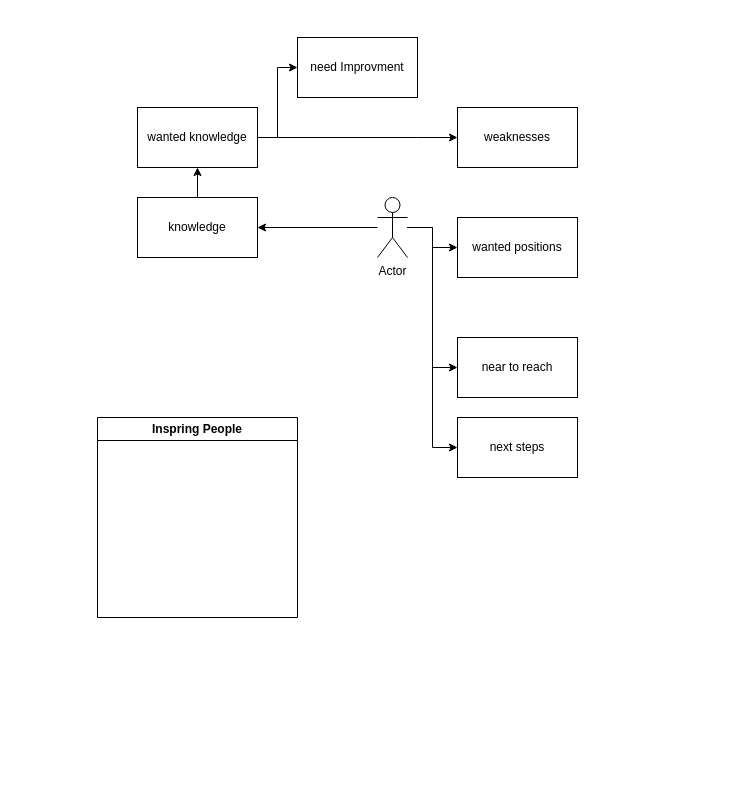
This is carrerPlan.drawio from leonardosetti/leonardosetti, a draw.io file, before an edit. Source tidied: cells renumbered, new cells numbered last; positions are measured from the earlier drawing's top-left corner, leaving out a move shared by most shapes. Both pictures are drawn from the tidied source at 100%, with x=0, y=0 at pixel (97, 37).
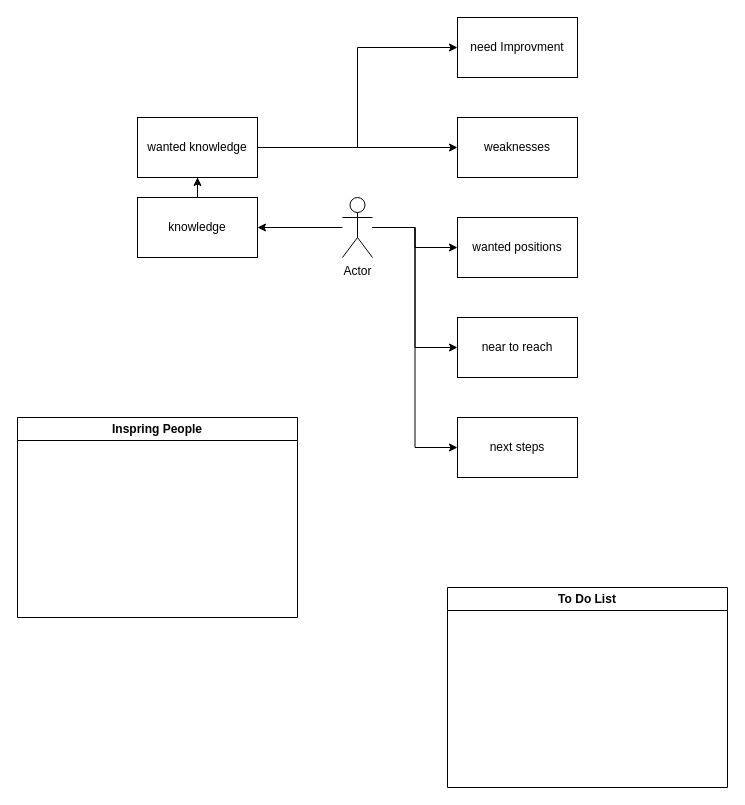
The same diagram, later.

The edit, as a diff of the source:
```diff
@@
     <mxCell id="6" value="Actor" style="shape=umlActor;verticalLabelPosition=bottom;verticalAlign=top;html=1;outlineConnect=0;" parent="1" vertex="1">
-      <mxGeometry x="280" y="160" width="30" height="60" as="geometry" />
+      <mxGeometry x="245" y="160" width="30" height="60" as="geometry" />
     </mxCell>
@@
     <mxCell id="10" style="edgeStyle=orthogonalEdgeStyle;rounded=0;jettySize=auto;html=1;" parent="1" edge="1" source="11" target="14">
       <mxGeometry relative="1" as="geometry">
         <Array as="points">
-          <mxPoint x="320" y="100" />
-          <mxPoint x="320" y="100" />
+          <mxPoint x="260" y="110" />
+          <mxPoint x="260" y="110" />
         </Array>
       </mxGeometry>
     </mxCell>
     <mxCell id="11" value="wanted knowledge" style="rounded=0;whiteSpace=wrap;html=1;" parent="1" vertex="1">
-      <mxGeometry x="40" y="70" width="120" height="60" as="geometry" />
+      <mxGeometry x="40" y="80" width="120" height="60" as="geometry" />
     </mxCell>
     <mxCell id="12" value="Inspring People" style="swimlane;whiteSpace=wrap;html=1;" parent="1" vertex="1">
-      <mxGeometry y="380" width="200" height="200" as="geometry" />
+      <mxGeometry x="-80" y="380" width="280" height="200" as="geometry" />
     </mxCell>
     <mxCell id="13" value="need Improvment" style="rounded=0;whiteSpace=wrap;html=1;" parent="1" vertex="1">
-      <mxGeometry x="200" width="120" height="60" as="geometry" />
+      <mxGeometry x="360" y="-20" width="120" height="60" as="geometry" />
     </mxCell>
     <mxCell id="14" value="weaknesses" style="rounded=0;whiteSpace=wrap;html=1;" parent="1" vertex="1">
-      <mxGeometry x="360" y="70" width="120" height="60" as="geometry" />
+      <mxGeometry x="360" y="80" width="120" height="60" as="geometry" />
     </mxCell>
@@
     <mxCell id="16" value="near to reach&lt;br&gt;" style="rounded=0;whiteSpace=wrap;html=1;" parent="1" vertex="1">
-      <mxGeometry x="360" y="300" width="120" height="60" as="geometry" />
+      <mxGeometry x="360" y="280" width="120" height="60" as="geometry" />
     </mxCell>
@@
+    <mxCell id="18" value="To Do List" style="swimlane;whiteSpace=wrap;html=1;" parent="1" vertex="1">
+      <mxGeometry x="350" y="550" width="280" height="200" as="geometry" />
+    </mxCell>
```
